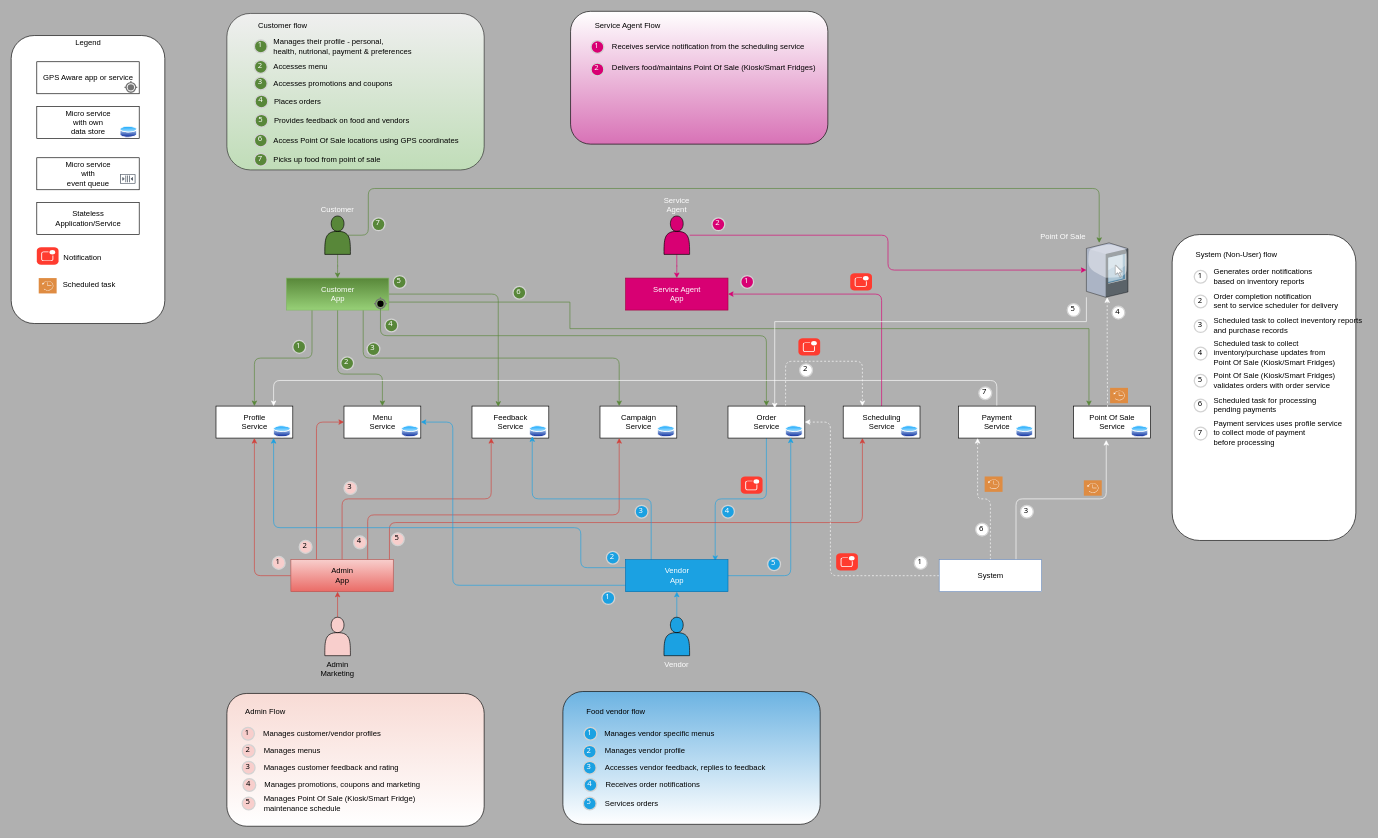
Before: FridgeBenefits_Topology.drawio in fridgebenefits/katas, a draw.io diagram. Source tidied: cells renumbered, new cells numbered last; positions are measured from the earlier drawing's top-left corner, leaving out a move shared by most shapes. Both pictures are drawn from the tidied source at 64%, with x=0, y=0 at pixel (11, 11).
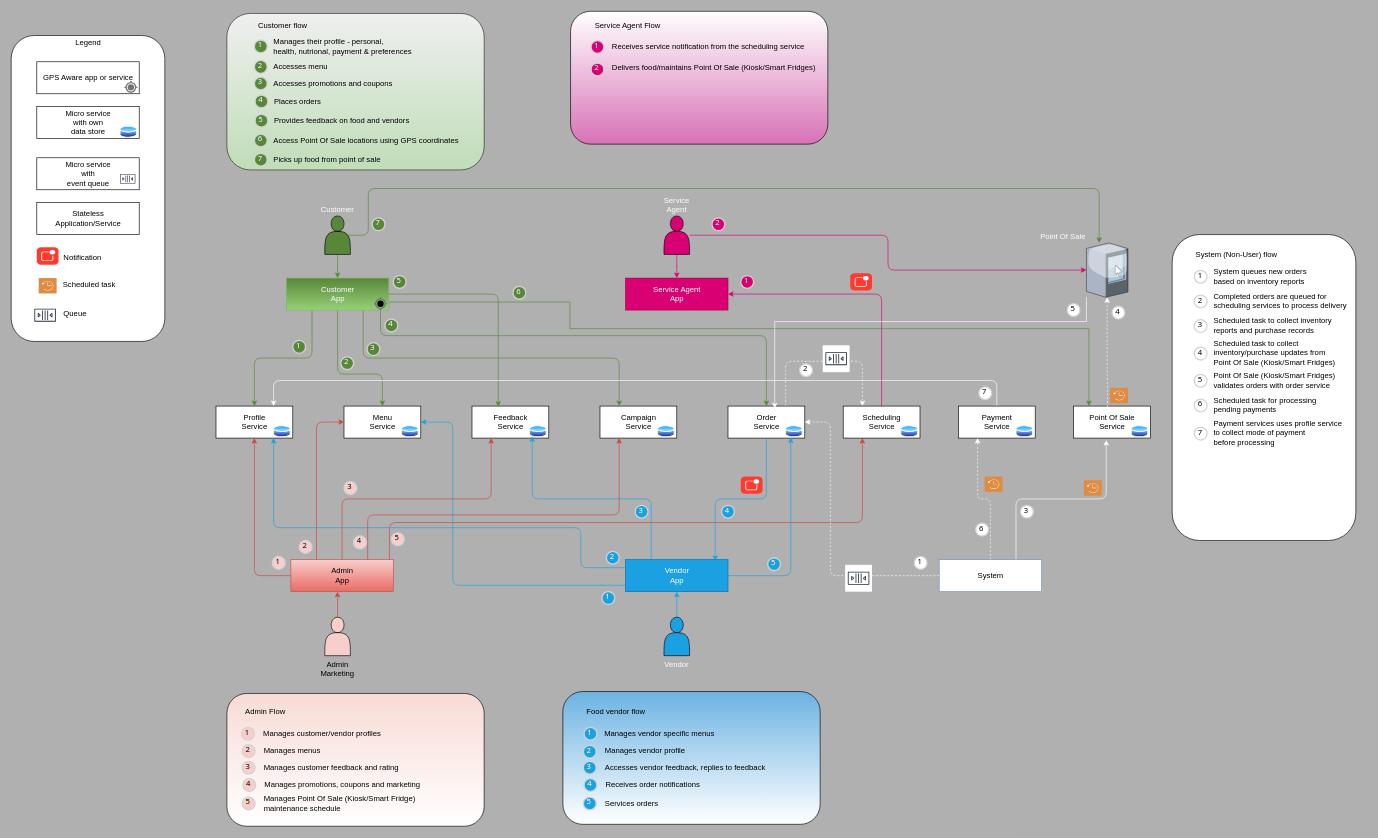
Above is the later version.

The edit, as a diff of the source:
```diff
@@
     <mxCell id="2" style="icon;html=1;labelBackgroundColor=none;labelPosition=center;verticalLabelPosition=bottom;align=center;verticalAlign=top;strokeColor=#000000;fillColor=#FFFFFF;fontColor=#FFFFFF;" parent="1" vertex="1">
-      <mxGeometry y="38" width="240" height="450" as="geometry" />
+      <mxGeometry y="38" width="240" height="478" as="geometry" />
     </mxCell>
@@
-    <mxCell id="68" style="html=1;strokeWidth=1;shadow=0;dashed=0;shape=mxgraph.ios7.misc.notification;fillColor=#FF3B2F;strokeColor=none;buttonText=;strokeColor2=#222222;fontColor=#222222;fontSize=8;verticalLabelPosition=bottom;verticalAlign=top;align=center;sketch=0;" parent="1" vertex="1">
-      <mxGeometry x="1289" y="847" width="34" height="27" as="geometry" />
-    </mxCell>
-    <mxCell id="69" style="html=1;strokeWidth=1;shadow=0;dashed=0;shape=mxgraph.ios7.misc.notification;fillColor=#FF3B2F;strokeColor=none;buttonText=;strokeColor2=#222222;fontColor=#222222;fontSize=8;verticalLabelPosition=bottom;verticalAlign=top;align=center;sketch=0;" parent="1" vertex="1">
-      <mxGeometry x="1230" y="511" width="34" height="27" as="geometry" />
-    </mxCell>
@@
-    <mxCell id="144" value="Generates order notifications&lt;br&gt;based on inventory reports" style="text;html=1;align=left;verticalAlign=middle;fontColor=#000000;" parent="1" vertex="1">
-      <mxGeometry x="1876.5" y="398" width="164" height="32" as="geometry" />
+    <mxCell id="144" value="System queues new orders&lt;br&gt;based on inventory reports" style="text;html=1;align=left;verticalAlign=middle;fontColor=#000000;" parent="1" vertex="1">
+      <mxGeometry x="1876.5" y="398" width="155" height="32" as="geometry" />
     </mxCell>
@@
-    <mxCell id="147" value="Order completion notification&lt;br&gt;sent to service scheduler for delivery" style="text;html=1;align=left;verticalAlign=middle;fontColor=#000000;" parent="1" vertex="1">
-      <mxGeometry x="1876.5" y="436.5" width="205" height="32" as="geometry" />
+    <mxCell id="147" value="Completed orders are queued for&lt;br&gt;scheduling services to process delivery" style="text;html=1;align=left;verticalAlign=middle;fontColor=#000000;" parent="1" vertex="1">
+      <mxGeometry x="1876.5" y="436.5" width="218" height="32" as="geometry" />
     </mxCell>
@@
-    <mxCell id="149" value="Scheduled task to collect ineventory reports&lt;br&gt;and purchase records" style="text;html=1;align=left;verticalAlign=middle;fontColor=#000000;" parent="1" vertex="1">
-      <mxGeometry x="1876.5" y="475" width="242" height="32" as="geometry" />
+    <mxCell id="149" value="Scheduled task to collect inventory &lt;br&gt;reports and purchase records" style="text;html=1;align=left;verticalAlign=middle;fontColor=#000000;" parent="1" vertex="1">
+      <mxGeometry x="1876.5" y="475" width="195" height="32" as="geometry" />
     </mxCell>
@@
+    <mxCell id="167" style="fontColor=#232F3E;gradientColor=none;strokeColor=#232F3E;fillColor=#ffffff;dashed=0;verticalLabelPosition=bottom;verticalAlign=top;align=center;html=1;fontSize=12;fontStyle=0;shape=mxgraph.aws4.resourceIcon;resIcon=mxgraph.aws4.queue;" parent="1" vertex="1">
+      <mxGeometry x="1303" y="865" width="42" height="42" as="geometry" />
+    </mxCell>
+    <mxCell id="168" style="fontColor=#232F3E;gradientColor=none;strokeColor=#232F3E;fillColor=#ffffff;dashed=0;verticalLabelPosition=bottom;verticalAlign=top;align=center;html=1;fontSize=12;fontStyle=0;shape=mxgraph.aws4.resourceIcon;resIcon=mxgraph.aws4.queue;" parent="1" vertex="1">
+      <mxGeometry x="1268" y="522" width="42" height="42" as="geometry" />
+    </mxCell>
+    <mxCell id="169" style="fontColor=#232F3E;gradientColor=none;strokeColor=#232F3E;fillColor=#ffffff;dashed=0;verticalLabelPosition=bottom;verticalAlign=top;align=center;html=1;fontSize=12;fontStyle=0;shape=mxgraph.aws4.resourceIcon;resIcon=mxgraph.aws4.queue;" parent="1" vertex="1">
+      <mxGeometry x="32" y="454" width="42" height="42" as="geometry" />
+    </mxCell>
+    <mxCell id="170" value="Queue" style="text;html=1;align=left;verticalAlign=middle;fontColor=#000000;" parent="1" vertex="1">
+      <mxGeometry x="80" y="464" width="46" height="18" as="geometry" />
+    </mxCell>
```
